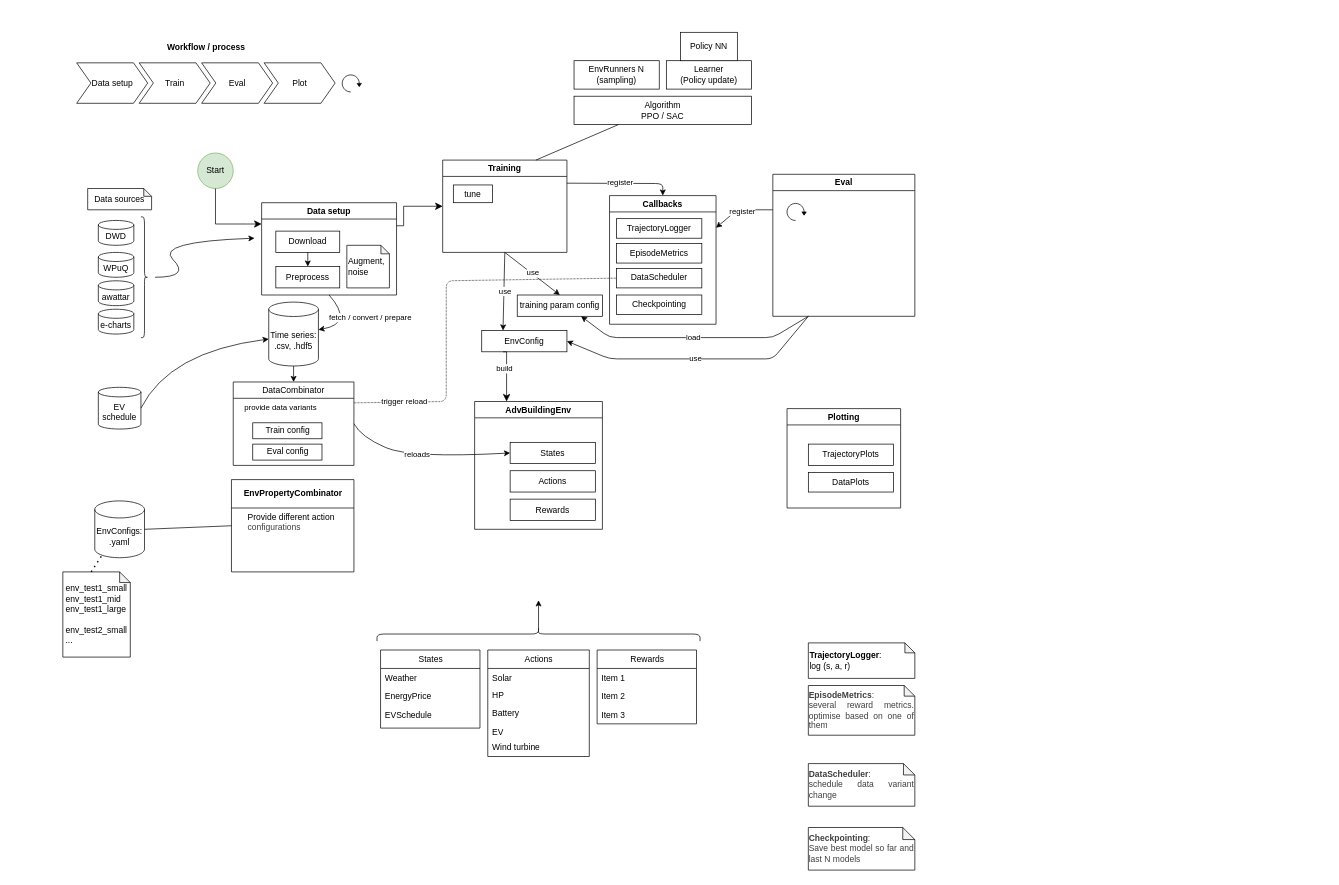
This is docs/architecture.drawio from vince-pongracz/AdvBuildingGym, a draw.io file, before an edit. Source tidied: cells renumbered, new cells numbered last; positions are measured from the earlier drawing's top-left corner, leaving out a move shared by most shapes. Both pictures are drawn from the tidied source at 71%, with x=0, y=0 at pixel (62, 32).
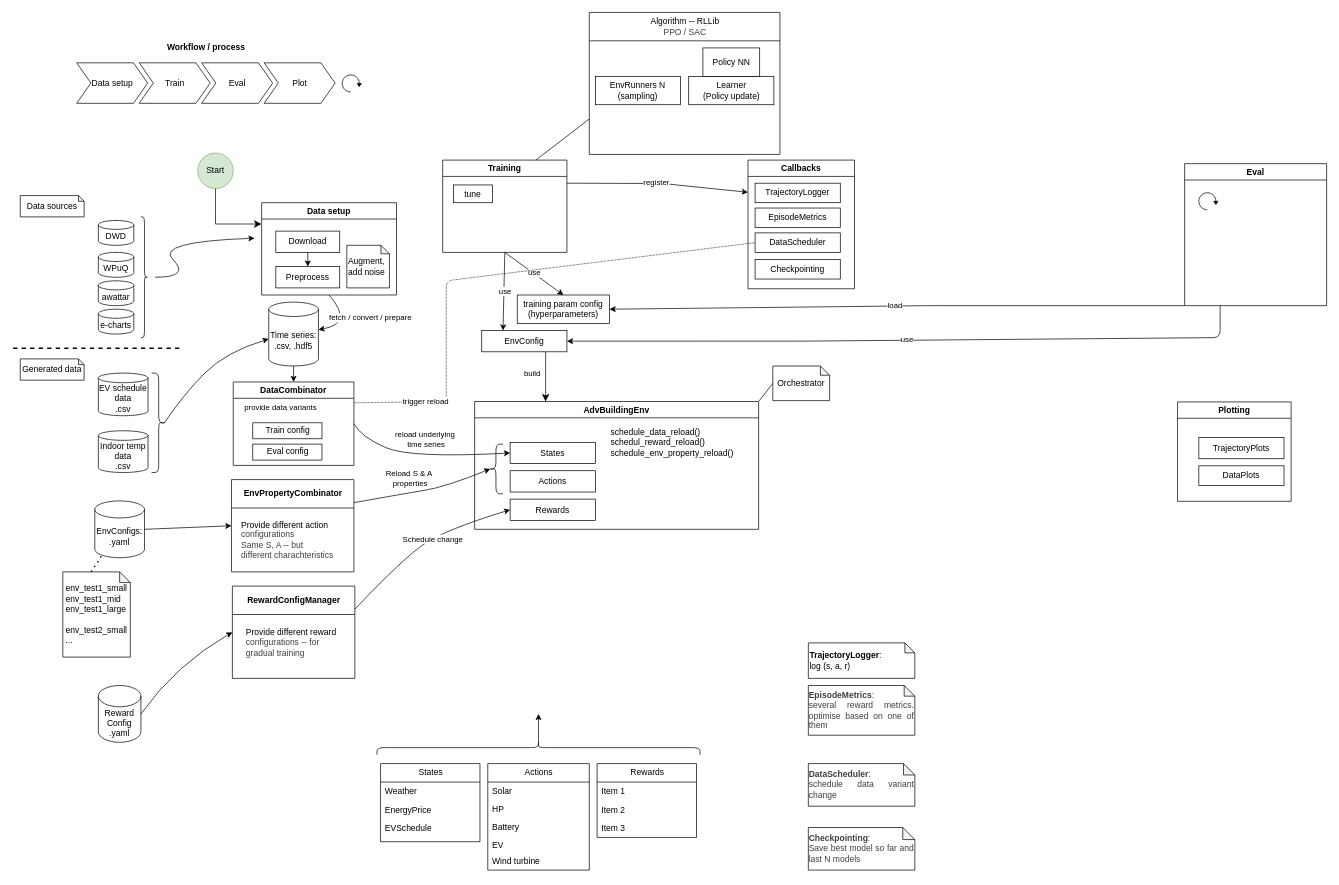
Above is the later version.

The change refers to these unchanged cells:
```xml
<mxCell id="5" value="Data setup" style="swimlane;whiteSpace=wrap;html=1;" parent="1" vertex="1">
  <mxGeometry x="280" y="240" width="190" height="130" as="geometry" />
</mxCell>
<mxCell id="24" value="Time series:&lt;div&gt;.csv, .hdf5&lt;/div&gt;" style="shape=cylinder3;whiteSpace=wrap;html=1;boundedLbl=1;backgroundOutline=1;size=10.137931034482733;" parent="1" vertex="1">
  <mxGeometry x="290" y="380" width="70" height="90" as="geometry" />
</mxCell>
<mxCell id="30" style="curved=1;endArrow=classic;html=1;entryX=0;entryY=0.5;entryDx=0;entryDy=0;exitX=1;exitY=0.5;exitDx=0;exitDy=0;" parent="1" edge="1" source="26" target="38">
  <mxGeometry relative="1" as="geometry">
    <Array as="points">
      <mxPoint x="420" y="570" />
      <mxPoint x="490" y="600" />
    </Array>
  </mxGeometry>
</mxCell>
<mxCell id="34" value="Training" style="swimlane;whiteSpace=wrap;html=1;" parent="1" vertex="1">
  <mxGeometry x="535" y="180" width="175" height="130" as="geometry" />
</mxCell>
<mxCell id="39" value="Rewards" style="rounded=0;whiteSpace=wrap;html=1;" parent="36" vertex="1">
  <mxGeometry x="50" y="137.5" width="120" height="30" as="geometry" />
</mxCell>
<mxCell id="44" value="EnvConfig" style="rounded=0;whiteSpace=wrap;html=1;" parent="1" vertex="1">
  <mxGeometry x="590" y="420" width="120" height="30" as="geometry" />
</mxCell>
<mxCell id="63" value="EnvPropertyCombinator" style="swimlane;whiteSpace=wrap;html=1;startSize=40;" parent="1" vertex="1">
  <mxGeometry x="237.5" y="630" width="172.5" height="130" as="geometry" />
</mxCell>
<mxCell id="96" value="EnvConfigs:&lt;div&gt;.yaml&lt;/div&gt;" style="shape=cylinder3;whiteSpace=wrap;html=1;boundedLbl=1;backgroundOutline=1;size=12;" parent="1" vertex="1">
  <mxGeometry x="45" y="660" width="70" height="80" as="geometry" />
</mxCell>
```

What changed in the source:
```diff
@@
-    <mxCell id="2" style="edgeStyle=segmentEdgeStyle;endArrow=classic;html=1;curved=0;rounded=0;endSize=8;startSize=8;entryX=0;entryY=0.5;entryDx=0;entryDy=0;exitX=1;exitY=0.25;exitDx=0;exitDy=0;" parent="1" edge="1" source="5" target="34">
-      <mxGeometry relative="1" as="geometry">
-        <Array as="points">
-          <mxPoint x="480" y="273" />
-          <mxPoint x="480" y="245" />
-        </Array>
-      </mxGeometry>
-    </mxCell>
@@
-    <mxCell id="9" value="&lt;div style=&quot;text-align: justify;&quot;&gt;&lt;span style=&quot;background-color: transparent;&quot;&gt;&lt;font style=&quot;font-size: 12px;&quot;&gt;Augment,&amp;nbsp;&lt;/font&gt;&lt;/span&gt;&lt;/div&gt;&lt;div style=&quot;text-align: justify;&quot;&gt;&lt;font style=&quot;font-size: 12px;&quot;&gt;noise&lt;/font&gt;&lt;/div&gt;" style="shape=note;whiteSpace=wrap;html=1;backgroundOutline=1;darkOpacity=0.05;size=12;fontSize=9;align=left;horizontal=1;verticalAlign=middle;" parent="5" vertex="1">
+    <mxCell id="9" value="&lt;div style=&quot;text-align: justify;&quot;&gt;&lt;span style=&quot;background-color: transparent;&quot;&gt;&lt;font style=&quot;font-size: 12px;&quot;&gt;Augment,&amp;nbsp;&lt;/font&gt;&lt;/span&gt;&lt;/div&gt;&lt;div style=&quot;text-align: justify;&quot;&gt;&lt;font style=&quot;font-size: 12px;&quot;&gt;add noise&lt;/font&gt;&lt;/div&gt;" style="shape=note;whiteSpace=wrap;html=1;backgroundOutline=1;darkOpacity=0.05;size=12;fontSize=9;align=left;horizontal=1;verticalAlign=middle;" parent="5" vertex="1">
       <mxGeometry x="120" y="60" width="60" height="60" as="geometry" />
     </mxCell>
     <mxCell id="10" value="States" style="swimlane;fontStyle=0;horizontal=1;startSize=26;fillColor=none;html=1;" parent="1" vertex="1">
-      <mxGeometry x="447.5" y="870" width="140" height="110" as="geometry" />
+      <mxGeometry x="447.5" y="1030" width="140" height="110" as="geometry" />
     </mxCell>
@@
     <mxCell id="14" value="Actions" style="swimlane;fontStyle=0;horizontal=1;startSize=26;fillColor=none;html=1;fontSize=12;" parent="1" vertex="1">
-      <mxGeometry x="598.5" y="870" width="143" height="150" as="geometry" />
+      <mxGeometry x="598.5" y="1030" width="143" height="150" as="geometry" />
     </mxCell>
@@
     <mxCell id="20" value="Rewards" style="swimlane;fontStyle=0;horizontal=1;startSize=26;fillColor=none;html=1;" parent="1" vertex="1">
-      <mxGeometry x="752.5" y="870" width="140" height="104" as="geometry" />
+      <mxGeometry x="752.5" y="1030" width="140" height="104" as="geometry" />
     </mxCell>
@@
-    <mxCell id="26" value="&lt;span style=&quot;color: rgb(0, 0, 0); font-weight: 400;&quot;&gt;DataCombinator&lt;/span&gt;" style="swimlane;whiteSpace=wrap;html=1;startSize=23;" parent="1" vertex="1">
+    <mxCell id="26" value="&lt;span style=&quot;color: rgb(0, 0, 0);&quot;&gt;DataCombinator&lt;/span&gt;" style="swimlane;whiteSpace=wrap;html=1;startSize=23;" parent="1" vertex="1">
       <mxGeometry x="240" y="492.5" width="170" height="117.5" as="geometry" />
     </mxCell>
@@
-    <mxCell id="31" value="reloads" style="edgeLabel;html=1;align=center;verticalAlign=middle;" parent="30" vertex="1">
+    <mxCell id="31" value="reload underlying&lt;div&gt;&amp;nbsp;time series&lt;/div&gt;" style="edgeLabel;html=1;align=center;verticalAlign=middle;" parent="30" vertex="1">
       <mxGeometry x="-0.17" y="-2" relative="1" as="geometry">
-        <mxPoint x="7" y="-8" as="offset" />
+        <mxPoint x="18" y="-29" as="offset" />
       </mxGeometry>
     </mxCell>
@@
     <mxCell id="36" value="AdvBuildingEnv" style="swimlane;whiteSpace=wrap;html=1;" parent="1" vertex="1">
-      <mxGeometry x="580" y="520" width="180" height="180" as="geometry" />
+      <mxGeometry x="580" y="520" width="400" height="180" as="geometry" />
     </mxCell>
@@
+    <mxCell id="100" style="shape=curlyBracket;whiteSpace=wrap;html=1;rounded=1;labelPosition=left;verticalLabelPosition=middle;align=right;verticalAlign=middle;size=0.5;" parent="36" vertex="1">
+      <mxGeometry x="20" y="60" width="20" height="70" as="geometry" />
+    </mxCell>
+    <mxCell id="101" value="&lt;div style=&quot;&quot;&gt;&lt;span style=&quot;background-color: transparent;&quot;&gt;schedule_data_reload()&lt;/span&gt;&lt;/div&gt;&lt;div&gt;schedul_reward_reload()&lt;/div&gt;&lt;div&gt;schedule_env_property_reload()&lt;/div&gt;" style="text;html=1;align=left;verticalAlign=middle;strokeColor=none;fillColor=none;" parent="36" vertex="1">
+      <mxGeometry x="190" y="27.5" width="200" height="60" as="geometry" />
+    </mxCell>
     <mxCell id="40" value="Eval" style="swimlane;whiteSpace=wrap;html=1;" parent="1" vertex="1">
-      <mxGeometry x="1000" y="200" width="200" height="200" as="geometry" />
+      <mxGeometry x="1580" y="185" width="200" height="200" as="geometry" />
     </mxCell>
@@
     <mxCell id="42" style="endArrow=classic;html=1;exitX=0.25;exitY=1;exitDx=0;exitDy=0;entryX=1;entryY=0.5;entryDx=0;entryDy=0;" parent="1" edge="1" source="40" target="44">
       <mxGeometry relative="1" as="geometry">
         <Array as="points">
-          <mxPoint x="1000" y="460" />
-          <mxPoint x="770" y="460" />
+          <mxPoint x="1630" y="430" />
+          <mxPoint x="1040" y="435" />
+          <mxPoint x="910" y="435" />
         </Array>
       </mxGeometry>
     </mxCell>
@@
-    <mxCell id="45" style="edgeStyle=segmentEdgeStyle;endArrow=classic;html=1;curved=0;rounded=0;endSize=8;startSize=8;exitX=0.25;exitY=1;exitDx=0;exitDy=0;entryX=0.25;entryY=0;entryDx=0;entryDy=0;" parent="1" edge="1" source="44" target="36">
+    <mxCell id="45" style="edgeStyle=segmentEdgeStyle;endArrow=classic;html=1;curved=0;rounded=0;endSize=8;startSize=8;exitX=0.75;exitY=1;exitDx=0;exitDy=0;entryX=0.25;entryY=0;entryDx=0;entryDy=0;" parent="1" edge="1" source="44" target="36">
       <mxGeometry relative="1" as="geometry" />
     </mxCell>
     <mxCell id="46" value="build" style="edgeLabel;html=1;align=center;verticalAlign=middle;" parent="45" vertex="1">
-      <mxGeometry x="-0.25" y="-4" relative="1" as="geometry" />
+      <mxGeometry x="-0.25" y="-4" relative="1" as="geometry">
+        <mxPoint x="-16" y="4" as="offset" />
+      </mxGeometry>
     </mxCell>
@@
     <mxCell id="49" value="Callbacks" style="swimlane;whiteSpace=wrap;html=1;" parent="1" vertex="1">
-      <mxGeometry x="770" y="230" width="150" height="181.2" as="geometry" />
+      <mxGeometry x="965" y="180" width="150" height="181.2" as="geometry" />
     </mxCell>
@@
-    <mxCell id="54" style="edgeStyle=none;html=1;entryX=0.5;entryY=0;entryDx=0;entryDy=0;exitX=1;exitY=0.25;exitDx=0;exitDy=0;" parent="1" edge="1" source="34" target="49">
+    <mxCell id="54" style="edgeStyle=none;html=1;entryX=0;entryY=0.25;entryDx=0;entryDy=0;exitX=1;exitY=0.25;exitDx=0;exitDy=0;" parent="1" edge="1" source="34" target="49">
       <mxGeometry relative="1" as="geometry">
         <Array as="points">
           <mxPoint x="845" y="213" />
         </Array>
       </mxGeometry>
     </mxCell>
@@
     <mxCell id="60" value="Plotting" style="swimlane;whiteSpace=wrap;html=1;" parent="1" vertex="1">
-      <mxGeometry x="1020" y="530" width="160" height="140" as="geometry" />
+      <mxGeometry x="1570" y="520.6" width="160" height="140" as="geometry" />
     </mxCell>
@@
-    <mxCell id="64" value="&lt;div style=&quot;text-align: justify;&quot;&gt;&lt;span style=&quot;background-color: transparent;&quot;&gt;Provide different action&amp;nbsp;&lt;/span&gt;&lt;/div&gt;&lt;div style=&quot;text-align: justify;&quot;&gt;&lt;span style=&quot;background-color: transparent; color: rgb(63, 63, 63);&quot;&gt;configurations&lt;/span&gt;&lt;/div&gt;" style="text;html=1;align=center;verticalAlign=middle;strokeColor=none;fillColor=none;" parent="63" vertex="1">
-      <mxGeometry x="10" y="40" width="150" height="40" as="geometry" />
+    <mxCell id="64" value="&lt;div style=&quot;text-align: justify;&quot;&gt;&lt;span style=&quot;background-color: transparent;&quot;&gt;Provide different action&amp;nbsp;&lt;/span&gt;&lt;/div&gt;&lt;div style=&quot;text-align: justify;&quot;&gt;&lt;span style=&quot;background-color: transparent; color: rgb(63, 63, 63);&quot;&gt;configurations&lt;/span&gt;&lt;/div&gt;&lt;div style=&quot;text-align: justify;&quot;&gt;&lt;span style=&quot;background-color: transparent; color: rgb(63, 63, 63);&quot;&gt;Same S, A -- but&amp;nbsp;&lt;/span&gt;&lt;/div&gt;&lt;div style=&quot;text-align: justify;&quot;&gt;&lt;span style=&quot;background-color: transparent; color: rgb(63, 63, 63);&quot;&gt;different charachteristics&lt;/span&gt;&lt;/div&gt;" style="text;html=1;align=center;verticalAlign=middle;strokeColor=none;fillColor=none;" parent="63" vertex="1">
+      <mxGeometry x="3.8" y="50" width="150" height="70" as="geometry" />
     </mxCell>
-    <mxCell id="65" value="training param config" style="rounded=0;whiteSpace=wrap;html=1;" parent="1" vertex="1">
-      <mxGeometry x="640" y="370" width="120" height="30" as="geometry" />
+    <mxCell id="65" value="training param config&lt;div&gt;(hyperparameters)&lt;/div&gt;" style="rounded=0;whiteSpace=wrap;html=1;" parent="1" vertex="1">
+      <mxGeometry x="640" y="370" width="130" height="40" as="geometry" />
     </mxCell>
-    <mxCell id="66" style="edgeStyle=none;html=1;exitX=0;exitY=0.25;exitDx=0;exitDy=0;entryX=1;entryY=0.25;entryDx=0;entryDy=0;" parent="1" edge="1" source="40" target="49">
-      <mxGeometry relative="1" as="geometry">
-        <Array as="points">
-          <mxPoint x="950" y="250" />
-        </Array>
-      </mxGeometry>
-    </mxCell>
-    <mxCell id="67" value="register" style="edgeLabel;html=1;align=center;verticalAlign=middle;" parent="66" vertex="1">
-      <mxGeometry x="-0.02" y="1" relative="1" as="geometry" />
-    </mxCell>
@@
-    <mxCell id="70" style="endArrow=classic;html=1;exitX=0.25;exitY=1;exitDx=0;exitDy=0;entryX=0.75;entryY=1;entryDx=0;entryDy=0;" parent="1" edge="1" source="40" target="65">
+    <mxCell id="70" style="endArrow=classic;html=1;exitX=0;exitY=1;exitDx=0;exitDy=0;entryX=1;entryY=0.5;entryDx=0;entryDy=0;" parent="1" edge="1" source="40" target="65">
       <mxGeometry relative="1" as="geometry">
         <Array as="points">
-          <mxPoint x="1000" y="430" />
-          <mxPoint x="770" y="430" />
+          <mxPoint x="1220" y="385" />
         </Array>
       </mxGeometry>
     </mxCell>
@@
-    <mxCell id="77" value="Data sources" style="shape=note;whiteSpace=wrap;html=1;backgroundOutline=1;darkOpacity=0.05;size=11;" parent="1" vertex="1">
-      <mxGeometry x="35" y="220" width="90" height="30" as="geometry" />
+    <mxCell id="77" value="Data sources" style="shape=note;whiteSpace=wrap;html=1;backgroundOutline=1;darkOpacity=0.05;size=8;" parent="1" vertex="1">
+      <mxGeometry x="-60" y="230" width="90" height="30" as="geometry" />
     </mxCell>
@@
-    <mxCell id="79" value="EV schedule" style="shape=cylinder3;whiteSpace=wrap;html=1;boundedLbl=1;backgroundOutline=1;size=6.75;" parent="1" vertex="1">
-      <mxGeometry x="50" y="500" width="60" height="58.8" as="geometry" />
+    <mxCell id="79" value="EV schedule data&lt;div&gt;.csv&lt;/div&gt;" style="shape=cylinder3;whiteSpace=wrap;html=1;boundedLbl=1;backgroundOutline=1;size=6.75;" parent="1" vertex="1">
+      <mxGeometry x="50" y="480" width="70" height="60" as="geometry" />
     </mxCell>
-    <mxCell id="80" style="curved=1;endArrow=classic;html=1;entryX=0;entryY=0.578;entryDx=0;entryDy=0;entryPerimeter=0;exitX=1;exitY=0.5;exitDx=0;exitDy=0;exitPerimeter=0;" parent="1" edge="1" source="79" target="24">
+    <mxCell id="80" style="curved=1;endArrow=classic;html=1;entryX=0;entryY=0.578;entryDx=0;entryDy=0;entryPerimeter=0;exitX=0.1;exitY=0.5;exitDx=0;exitDy=0;exitPerimeter=0;" parent="1" edge="1" source="111" target="24">
       <mxGeometry relative="1" as="geometry">
         <Array as="points">
-          <mxPoint x="150" y="450" />
+          <mxPoint x="170" y="510" />
+          <mxPoint x="230" y="450" />
         </Array>
       </mxGeometry>
     </mxCell>
@@
     <mxCell id="83" style="shape=curlyBracket;whiteSpace=wrap;html=1;rounded=1;flipH=1;labelPosition=right;verticalLabelPosition=middle;align=left;verticalAlign=middle;rotation=-90;" parent="1" vertex="1">
-      <mxGeometry x="660" y="620" width="20" height="455" as="geometry" />
+      <mxGeometry x="660" y="780" width="20" height="455" as="geometry" />
     </mxCell>
     <mxCell id="84" style="endArrow=classic;html=1;exitX=0.1;exitY=0.5;exitDx=0;exitDy=0;exitPerimeter=0;" parent="1" edge="1" source="83">
       <mxGeometry relative="1" as="geometry">
-        <mxPoint x="670" y="800" as="targetPoint" />
+        <mxPoint x="670" y="960" as="targetPoint" />
       </mxGeometry>
     </mxCell>
@@
-    <mxCell id="91" value="Algorithm&lt;div&gt;PPO / SAC&lt;/div&gt;" style="rounded=0;whiteSpace=wrap;html=1;" parent="1" vertex="1">
-      <mxGeometry x="720" y="90" width="250" height="40" as="geometry" />
-    </mxCell>
-    <mxCell id="92" value="EnvRunners N&lt;div&gt;(sampling)&lt;/div&gt;" style="rounded=0;whiteSpace=wrap;html=1;" parent="1" vertex="1">
-      <mxGeometry x="720" y="40" width="120" height="40" as="geometry" />
-    </mxCell>
-    <mxCell id="93" value="Learner&lt;div&gt;(Policy update)&lt;/div&gt;" style="rounded=0;whiteSpace=wrap;html=1;" parent="1" vertex="1">
-      <mxGeometry x="850" y="40" width="120" height="40" as="geometry" />
-    </mxCell>
-    <mxCell id="94" value="Policy NN" style="rounded=0;whiteSpace=wrap;html=1;" parent="1" vertex="1">
-      <mxGeometry x="870" width="80" height="40" as="geometry" />
-    </mxCell>
-    <mxCell id="95" style="endArrow=none;html=1;exitX=0.75;exitY=0;exitDx=0;exitDy=0;entryX=0.25;entryY=1;entryDx=0;entryDy=0;" parent="1" edge="1" source="34" target="91">
+    <mxCell id="95" style="endArrow=none;html=1;exitX=0.75;exitY=0;exitDx=0;exitDy=0;entryX=0;entryY=0.75;entryDx=0;entryDy=0;" parent="1" edge="1" source="34" target="116">
       <mxGeometry relative="1" as="geometry" />
     </mxCell>
@@
-    <mxCell id="97" style="endArrow=none;html=1;exitX=1;exitY=0.5;exitDx=0;exitDy=0;exitPerimeter=0;entryX=0;entryY=0.5;entryDx=0;entryDy=0;" parent="1" edge="1" source="96" target="63">
-      <mxGeometry relative="1" as="geometry" />
-    </mxCell>
@@
+    <mxCell id="102" value="RewardConfigManager" style="swimlane;whiteSpace=wrap;html=1;startSize=40;" parent="1" vertex="1">
+      <mxGeometry x="238.8" y="780" width="172.5" height="130" as="geometry" />
+    </mxCell>
+    <mxCell id="103" value="&lt;div style=&quot;text-align: justify;&quot;&gt;&lt;span style=&quot;background-color: transparent;&quot;&gt;Provide different reward&amp;nbsp;&lt;/span&gt;&lt;/div&gt;&lt;div style=&quot;text-align: justify;&quot;&gt;&lt;span style=&quot;background-color: transparent; color: rgb(63, 63, 63);&quot;&gt;configurations -- for&amp;nbsp;&lt;/span&gt;&lt;/div&gt;&lt;div style=&quot;text-align: justify;&quot;&gt;&lt;span style=&quot;background-color: transparent; color: rgb(63, 63, 63);&quot;&gt;gradual training&lt;/span&gt;&lt;/div&gt;" style="text;html=1;align=center;verticalAlign=middle;strokeColor=none;fillColor=none;" parent="102" vertex="1">
+      <mxGeometry x="8.8" y="50" width="150" height="60" as="geometry" />
+    </mxCell>
+    <mxCell id="104" style="curved=1;endArrow=classic;html=1;exitX=1;exitY=0.25;exitDx=0;exitDy=0;entryX=0.1;entryY=0.5;entryDx=0;entryDy=0;entryPerimeter=0;" parent="1" edge="1" source="63" target="100">
+      <mxGeometry relative="1" as="geometry">
+        <Array as="points">
+          <mxPoint x="480" y="650" />
+          <mxPoint x="540" y="640" />
+        </Array>
+      </mxGeometry>
+    </mxCell>
+    <mxCell id="105" value="Reload S &amp;amp; A&amp;nbsp;&lt;div&gt;properties&lt;/div&gt;" style="edgeLabel;html=1;align=center;verticalAlign=middle;" parent="104" vertex="1">
+      <mxGeometry x="-0.06" y="1" relative="1" as="geometry">
+        <mxPoint x="-13" y="-18" as="offset" />
+      </mxGeometry>
+    </mxCell>
+    <mxCell id="106" style="curved=1;endArrow=classic;html=1;exitX=1;exitY=0.25;exitDx=0;exitDy=0;entryX=0;entryY=0.5;entryDx=0;entryDy=0;" parent="1" edge="1" source="102" target="39">
+      <mxGeometry relative="1" as="geometry">
+        <Array as="points">
+          <mxPoint x="480" y="740" />
+          <mxPoint x="540" y="700" />
+        </Array>
+      </mxGeometry>
+    </mxCell>
+    <mxCell id="107" value="Schedule change" style="edgeLabel;html=1;align=center;verticalAlign=middle;" parent="106" vertex="1">
+      <mxGeometry x="0.11" relative="1" as="geometry" />
+    </mxCell>
+    <mxCell id="108" value="Reward&lt;div&gt;Config&lt;/div&gt;&lt;div&gt;.yaml&lt;/div&gt;" style="shape=cylinder3;whiteSpace=wrap;html=1;boundedLbl=1;backgroundOutline=1;size=15;" parent="1" vertex="1">
+      <mxGeometry x="50" y="920" width="60" height="80" as="geometry" />
+    </mxCell>
+    <mxCell id="109" style="curved=1;endArrow=classic;html=1;exitX=1;exitY=0.5;exitDx=0;exitDy=0;exitPerimeter=0;entryX=0;entryY=0.5;entryDx=0;entryDy=0;" parent="1" edge="1" source="108" target="102">
+      <mxGeometry relative="1" as="geometry">
+        <Array as="points">
+          <mxPoint x="160" y="890" />
+        </Array>
+      </mxGeometry>
+    </mxCell>
+    <mxCell id="97" style="endArrow=classic;html=1;exitX=1;exitY=0.5;exitDx=0;exitDy=0;exitPerimeter=0;entryX=0;entryY=0.5;entryDx=0;entryDy=0;" parent="1" edge="1" source="96" target="63">
+      <mxGeometry relative="1" as="geometry" />
+    </mxCell>
+    <mxCell id="110" value="Indoor temp data&lt;div&gt;.csv&lt;/div&gt;" style="shape=cylinder3;whiteSpace=wrap;html=1;boundedLbl=1;backgroundOutline=1;size=6.75;" parent="1" vertex="1">
+      <mxGeometry x="50" y="561.2" width="70" height="58.8" as="geometry" />
+    </mxCell>
+    <mxCell id="111" style="shape=curlyBracket;whiteSpace=wrap;html=1;rounded=1;flipH=1;labelPosition=right;verticalLabelPosition=middle;align=left;verticalAlign=middle;" parent="1" vertex="1">
+      <mxGeometry x="125" y="480" width="20" height="140" as="geometry" />
+    </mxCell>
+    <mxCell id="112" value="Generated data" style="shape=note;whiteSpace=wrap;html=1;backgroundOutline=1;darkOpacity=0.05;size=8;" parent="1" vertex="1">
+      <mxGeometry x="-60" y="460" width="90" height="30" as="geometry" />
+    </mxCell>
+    <mxCell id="113" style="line;strokeWidth=2;html=1;dashed=1;" parent="1" vertex="1">
+      <mxGeometry x="-70" y="440" width="235" height="10" as="geometry" />
+    </mxCell>
+    <mxCell id="114" value="Orchestrator" style="shape=note;whiteSpace=wrap;html=1;backgroundOutline=1;darkOpacity=0.05;size=13;" parent="1" vertex="1">
+      <mxGeometry x="1000" y="470" width="80" height="48.8" as="geometry" />
+    </mxCell>
+    <mxCell id="115" style="endArrow=none;html=1;entryX=0;entryY=0.5;entryDx=0;entryDy=0;entryPerimeter=0;exitX=1;exitY=0;exitDx=0;exitDy=0;" parent="1" edge="1" source="36" target="114">
+      <mxGeometry relative="1" as="geometry" />
+    </mxCell>
+    <mxCell id="116" value="&lt;span style=&quot;color: rgb(0, 0, 0); font-weight: 400;&quot;&gt;Algorithm -- RLLib&lt;/span&gt;&lt;div style=&quot;color: rgb(63, 63, 63); scrollbar-color: rgb(226, 226, 226) rgb(251, 251, 251); font-weight: 400;&quot;&gt;PPO / SAC&lt;/div&gt;" style="swimlane;whiteSpace=wrap;html=1;startSize=40;" parent="1" vertex="1">
+      <mxGeometry x="741.5" y="-28" width="268.5" height="200" as="geometry" />
+    </mxCell>
+    <mxCell id="93" value="Learner&lt;div&gt;(Policy update)&lt;/div&gt;" style="rounded=0;whiteSpace=wrap;html=1;" parent="116" vertex="1">
+      <mxGeometry x="140" y="90" width="120" height="40" as="geometry" />
+    </mxCell>
+    <mxCell id="92" value="EnvRunners N&lt;div&gt;(sampling)&lt;/div&gt;" style="rounded=0;whiteSpace=wrap;html=1;" parent="116" vertex="1">
+      <mxGeometry x="8.5" y="90" width="120" height="40" as="geometry" />
+    </mxCell>
+    <mxCell id="94" value="Policy NN" style="rounded=0;whiteSpace=wrap;html=1;" parent="116" vertex="1">
+      <mxGeometry x="160" y="50" width="80" height="40" as="geometry" />
+    </mxCell>
```
